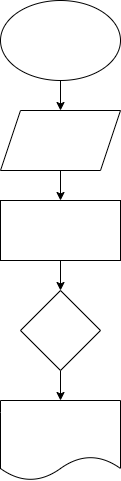
Above: 123.drawio.png in postalshum/test1 (draw.io), before the change. Source tidied: cells renumbered, new cells last; positions are measured from the earlier drawing's top-left corner, leaving out a move shared by most shapes. Source of this version:
```xml
<mxGraphModel>
  <root>
    <mxCell id="0" />
    <mxCell id="1" parent="0" />
    <mxCell id="2" style="edgeStyle=none;html=1;" parent="1" edge="1" source="3" target="5">
      <mxGeometry relative="1" as="geometry" />
    </mxCell>
    <mxCell id="3" style="ellipse;whiteSpace=wrap;html=1;" parent="1" vertex="1">
      <mxGeometry width="120" height="80" as="geometry" />
    </mxCell>
    <mxCell id="4" style="edgeStyle=none;html=1;" parent="1" edge="1" source="5" target="7">
      <mxGeometry relative="1" as="geometry" />
    </mxCell>
    <mxCell id="5" style="shape=parallelogram;perimeter=parallelogramPerimeter;whiteSpace=wrap;html=1;fixedSize=1;" parent="1" vertex="1">
      <mxGeometry y="110" width="120" height="60" as="geometry" />
    </mxCell>
    <mxCell id="6" style="edgeStyle=none;html=1;" parent="1" edge="1" source="7" target="9">
      <mxGeometry relative="1" as="geometry" />
    </mxCell>
    <mxCell id="7" style="whiteSpace=wrap;html=1;" parent="1" vertex="1">
      <mxGeometry y="200" width="120" height="60" as="geometry" />
    </mxCell>
    <mxCell id="8" style="edgeStyle=none;html=1;" parent="1" edge="1" source="9" target="10">
      <mxGeometry relative="1" as="geometry" />
    </mxCell>
    <mxCell id="9" style="rhombus;whiteSpace=wrap;html=1;" parent="1" vertex="1">
      <mxGeometry x="20" y="290" width="80" height="80" as="geometry" />
    </mxCell>
    <mxCell id="10" style="shape=document;whiteSpace=wrap;html=1;boundedLbl=1;" parent="1" vertex="1">
      <mxGeometry y="400" width="120" height="80" as="geometry" />
    </mxCell>
  </root>
</mxGraphModel>
```
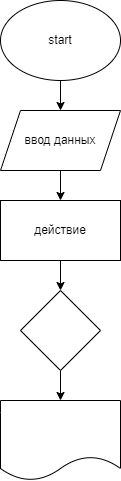
After the change.

Commit message:
ввод данных

What changed in the source:
```diff
@@ -5,19 +5,19 @@
     <mxCell id="2" style="edgeStyle=none;html=1;" parent="1" edge="1" source="3" target="5">
       <mxGeometry relative="1" as="geometry" />
     </mxCell>
-    <mxCell id="3" style="ellipse;whiteSpace=wrap;html=1;" parent="1" vertex="1">
+    <mxCell id="3" value="start" style="ellipse;whiteSpace=wrap;html=1;" parent="1" vertex="1">
       <mxGeometry width="120" height="80" as="geometry" />
     </mxCell>
     <mxCell id="4" style="edgeStyle=none;html=1;" parent="1" edge="1" source="5" target="7">
       <mxGeometry relative="1" as="geometry" />
     </mxCell>
-    <mxCell id="5" style="shape=parallelogram;perimeter=parallelogramPerimeter;whiteSpace=wrap;html=1;fixedSize=1;" parent="1" vertex="1">
+    <mxCell id="5" value="ввод данных" style="shape=parallelogram;perimeter=parallelogramPerimeter;whiteSpace=wrap;html=1;fixedSize=1;" parent="1" vertex="1">
       <mxGeometry y="110" width="120" height="60" as="geometry" />
     </mxCell>
     <mxCell id="6" style="edgeStyle=none;html=1;" parent="1" edge="1" source="7" target="9">
       <mxGeometry relative="1" as="geometry" />
     </mxCell>
-    <mxCell id="7" style="whiteSpace=wrap;html=1;" parent="1" vertex="1">
+    <mxCell id="7" value="действие" style="whiteSpace=wrap;html=1;" parent="1" vertex="1">
       <mxGeometry y="200" width="120" height="60" as="geometry" />
     </mxCell>
     <mxCell id="8" style="edgeStyle=none;html=1;" parent="1" edge="1" source="9" target="10">
```
